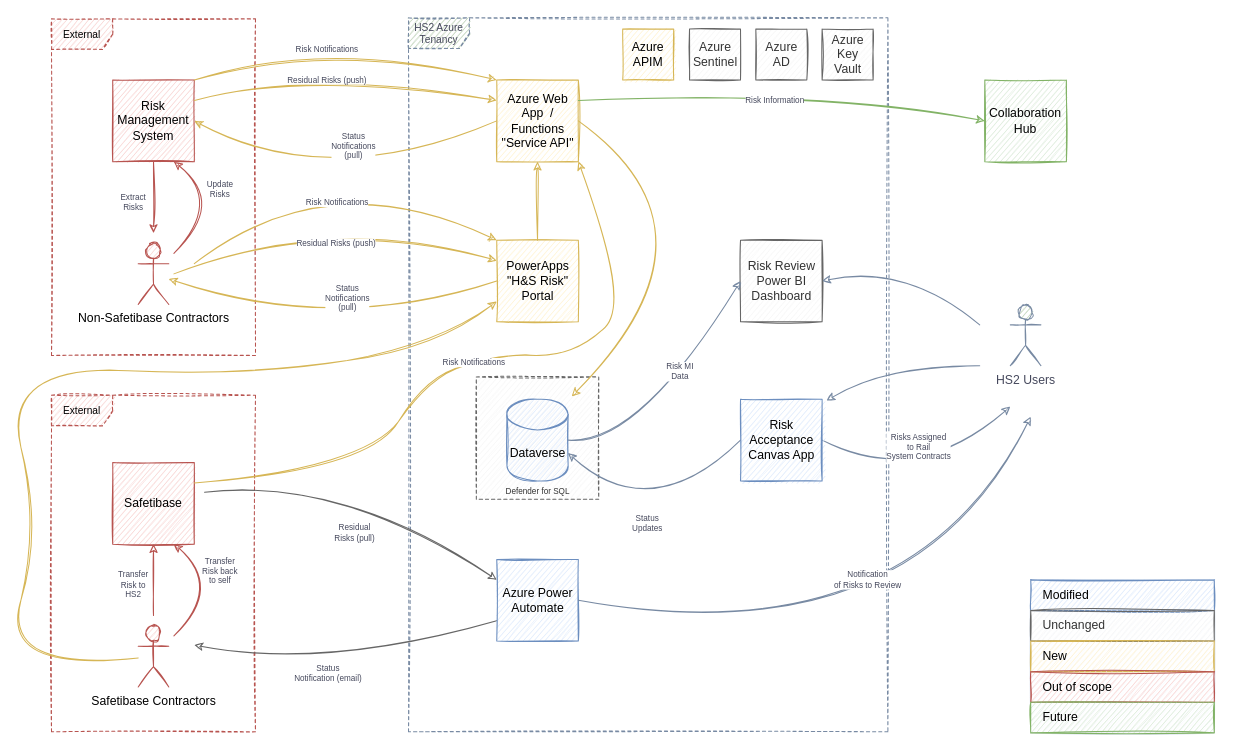
This is page "Copy of High Level Design - phase #2" (7 of 13) of P639 Diagrams.drawio from martinlt/reference, a draw.io file, before an edit. Source tidied: cells renumbered, new cells numbered last; positions are measured from the earlier drawing's top-left corner, leaving out a move shared by most shapes. Both pictures are drawn from the tidied source at 102%, with x=0, y=0 at pixel (0, 17).
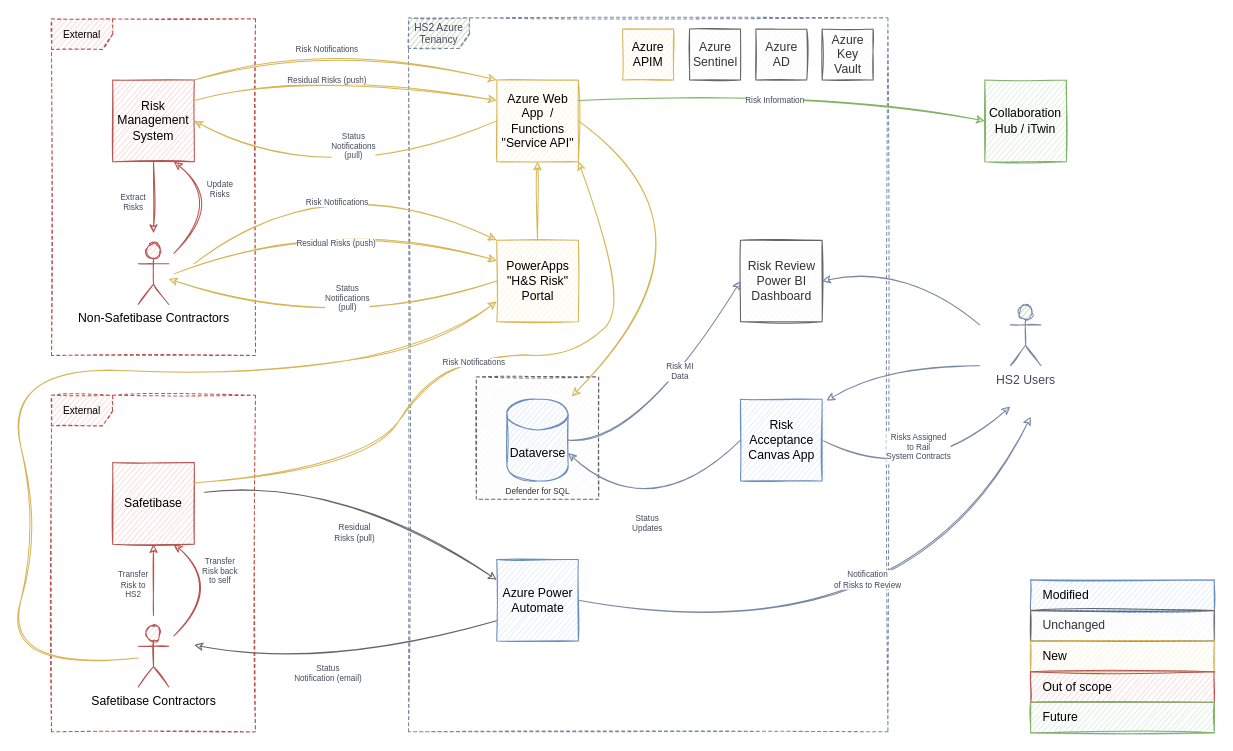
The same page after the edit.

What changed in the source:
```diff
@@
-    <mxCell id="49" value="Collaboration Hub" style="whiteSpace=wrap;html=1;fillColor=#d5e8d4;strokeColor=#82b366;sketch=1;" parent="1" vertex="1">
+    <mxCell id="49" value="Collaboration Hub / iTwin" style="whiteSpace=wrap;html=1;fillColor=#d5e8d4;strokeColor=#82b366;sketch=1;" parent="1" vertex="1">
       <mxGeometry x="965" y="61" width="80" height="80" as="geometry" />
     </mxCell>
```
